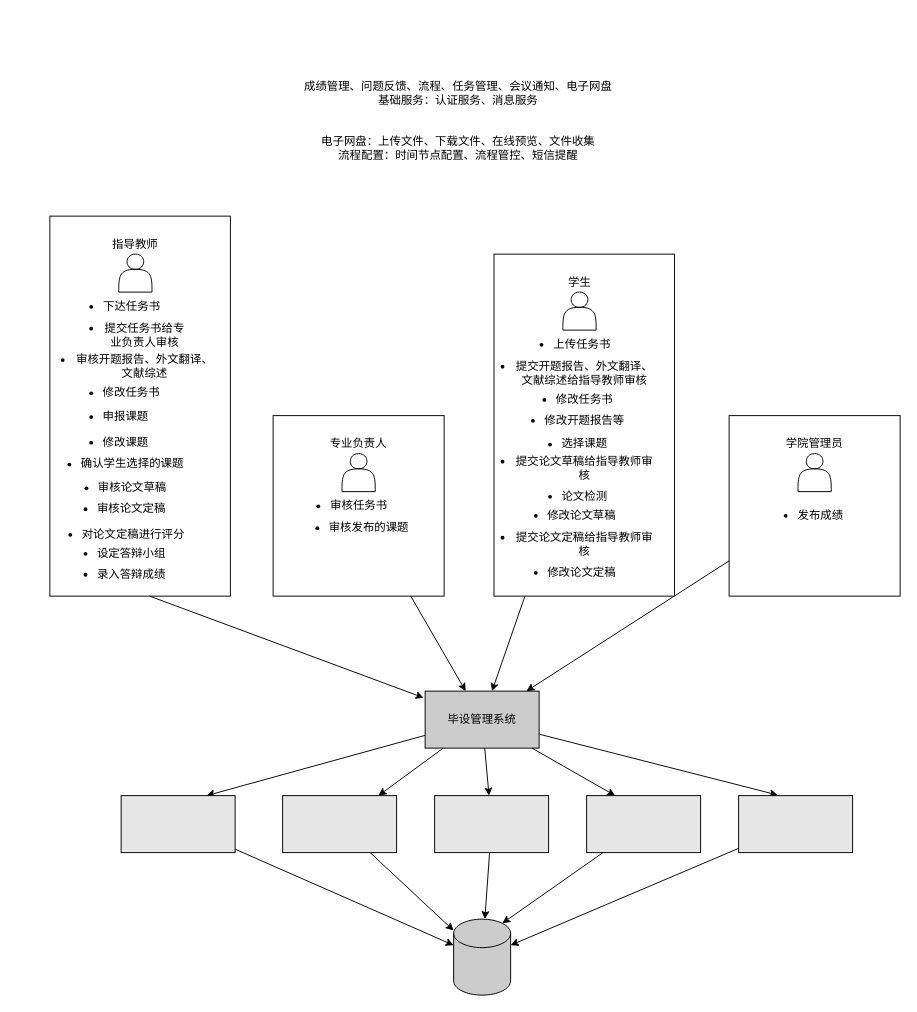
Earlier version of the draw.io diagram temp/毕设追踪系统-思维导图.drawio (FdfGithub/drawio). Source tidied: cells renumbered, new cells numbered last; positions are measured from the earlier drawing's top-left corner, leaving out a move shared by most shapes. Both pictures are drawn from the tidied source at 95%, with x=0, y=0 at pixel (16, 16).
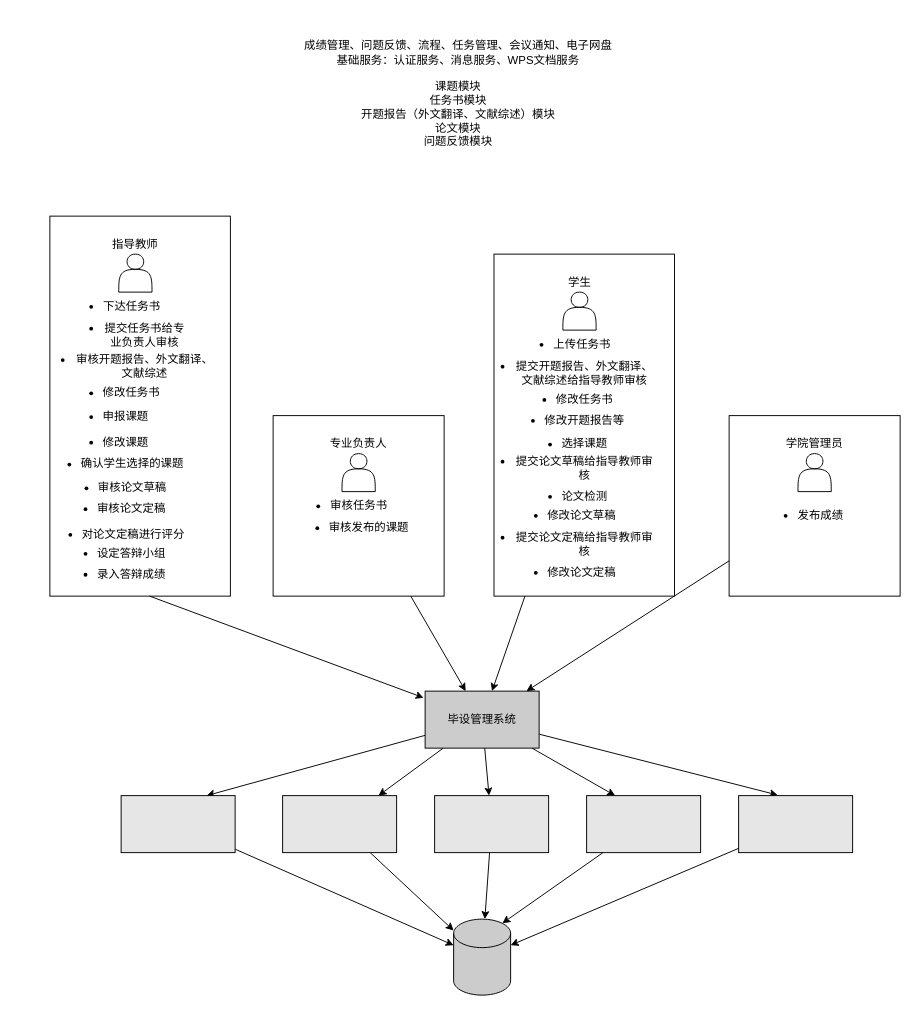
Above is the later version.

Commit message:
Update 毕设追踪系统-思维导图.drawio

Change to the diagram source:
```diff
@@
-    <mxCell id="65" value="成绩管理、问题反馈、流程、任务管理、会议通知、电子网盘&lt;br&gt;基础服务：认证服务、消息服务&lt;br&gt;&lt;br&gt;&lt;br&gt;电子网盘：上传文件、下载文件、在线预览、文件收集&lt;br&gt;流程配置：时间节点配置、流程管控、短信提醒" style="text;html=1;strokeColor=none;fillColor=none;align=center;verticalAlign=middle;whiteSpace=wrap;rounded=0;" parent="1" vertex="1">
+    <mxCell id="65" value="成绩管理、问题反馈、流程、任务管理、会议通知、电子网盘&lt;br&gt;基础服务：认证服务、消息服务、WPS文档服务&lt;br&gt;&lt;br&gt;课题模块&lt;br&gt;任务书模块&lt;br&gt;开题报告（外文翻译、文献综述）模块&lt;br&gt;论文模块&lt;br&gt;问题反馈模块&lt;br&gt;&lt;br&gt;&lt;br&gt;&lt;br&gt;&lt;br&gt;" style="text;html=1;strokeColor=none;fillColor=none;align=center;verticalAlign=middle;whiteSpace=wrap;rounded=0;" parent="1" vertex="1">
       <mxGeometry x="280" width="370" height="220" as="geometry" />
     </mxCell>
```
